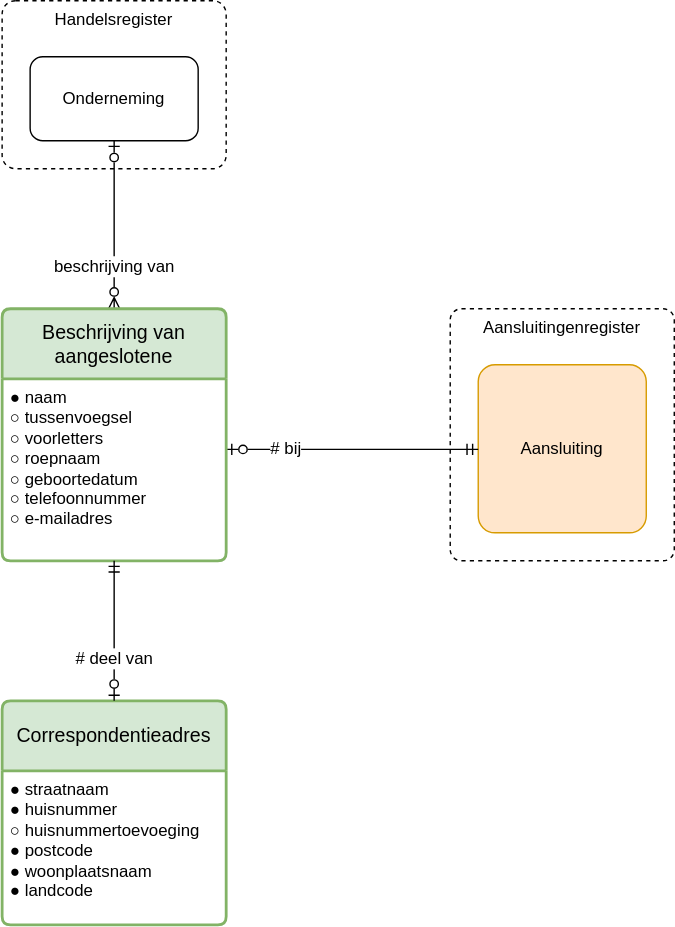
Above: model.drawio.svg in Netbeheer-Nederland/im-aangeslotenenregister (draw.io), before the change. Source tidied: cells renumbered, new cells last; positions are measured from the earlier drawing's top-left corner, leaving out a move shared by most shapes. The source it was exported from:
```xml
<mxGraphModel>
  <root>
    <mxCell id="0" />
    <mxCell id="1" parent="0" />
    <mxCell id="2" value="Handelsregister" style="rounded=1;whiteSpace=wrap;html=1;verticalAlign=top;dashed=1;arcSize=8;" parent="1" vertex="1">
      <mxGeometry width="160" height="120" as="geometry" />
    </mxCell>
    <mxCell id="3" value="Aansluitingenregister" style="rounded=1;whiteSpace=wrap;html=1;verticalAlign=top;dashed=1;arcSize=5;" parent="1" vertex="1">
      <mxGeometry x="320" y="220" width="160" height="180" as="geometry" />
    </mxCell>
    <mxCell id="4" value="Aansluiting" style="rounded=1;arcSize=10;whiteSpace=wrap;html=1;align=center;fillColor=#ffe6cc;strokeColor=#d79b00;" parent="1" vertex="1">
      <mxGeometry x="340" y="260" width="120" height="120" as="geometry" />
    </mxCell>
    <mxCell id="5" value="# bij" style="edgeStyle=elbowEdgeStyle;fontSize=12;html=1;endArrow=ERmandOne;startArrow=ERzeroToOne;rounded=0;endFill=0;startFill=0;elbow=vertical;align=left;" parent="1" edge="1" source="8" target="4">
      <mxGeometry x="-0.67" relative="1" as="geometry" />
    </mxCell>
    <mxCell id="6" value="Onderneming" style="rounded=1;whiteSpace=wrap;html=1;" parent="1" vertex="1">
      <mxGeometry x="20" y="40" width="120" height="60" as="geometry" />
    </mxCell>
    <mxCell id="7" value="beschrijving van" style="fontSize=12;html=1;endArrow=ERzeroToOne;startArrow=ERzeroToMany;rounded=0;endFill=0;startFill=0;elbow=vertical;align=center;" parent="1" edge="1" source="8" target="6">
      <mxGeometry x="-0.5" relative="1" as="geometry" />
    </mxCell>
    <mxCell id="8" value="&lt;div&gt;&lt;span style=&quot;background-color: transparent; color: light-dark(rgb(0, 0, 0), rgb(255, 255, 255));&quot;&gt;Beschrijving van aangeslotene&lt;/span&gt;&lt;/div&gt;" style="swimlane;horizontal=1;startSize=50;rounded=1;fontSize=14;fontStyle=0;strokeWidth=2;shadow=0;dashed=0;align=center;arcSize=4;whiteSpace=wrap;html=1;fillColor=#d5e8d4;strokeColor=#82b366;" parent="1" vertex="1">
      <mxGeometry y="220" width="160" height="180" as="geometry" />
    </mxCell>
    <mxCell id="9" value="&lt;div&gt;● naam&lt;/div&gt;○ tussenvoegsel&lt;div&gt;○ voorletters&lt;/div&gt;&lt;div&gt;○ roepnaam&lt;/div&gt;&lt;div&gt;○ geboortedatum&lt;/div&gt;&lt;div&gt;&lt;span style=&quot;background-color: transparent; color: light-dark(rgb(0, 0, 0), rgb(255, 255, 255));&quot;&gt;○ telefoonnummer&lt;/span&gt;&lt;/div&gt;&lt;div&gt;&lt;div&gt;○ e-mailadres&lt;/div&gt;&lt;/div&gt;" style="align=left;strokeColor=none;fillColor=none;spacingLeft=4;spacingRight=4;fontSize=12;verticalAlign=top;html=1;whiteSpace=wrap;" parent="8" vertex="1">
      <mxGeometry y="50" width="160" height="130" as="geometry" />
    </mxCell>
    <mxCell id="10" value="&lt;div&gt;Correspondentieadres&lt;/div&gt;" style="swimlane;horizontal=1;startSize=50;rounded=1;fontSize=14;fontStyle=0;strokeWidth=2;shadow=0;dashed=0;align=center;arcSize=4;whiteSpace=wrap;html=1;fillColor=#d5e8d4;strokeColor=#82b366;" parent="1" vertex="1">
      <mxGeometry y="500" width="160" height="160" as="geometry" />
    </mxCell>
    <mxCell id="11" value="&lt;div&gt;&lt;span style=&quot;background-color: transparent; color: light-dark(rgb(0, 0, 0), rgb(255, 255, 255));&quot;&gt;●&lt;/span&gt;&amp;nbsp;straatnaam&lt;/div&gt;&lt;div&gt;&lt;span style=&quot;background-color: transparent; color: light-dark(rgb(0, 0, 0), rgb(255, 255, 255));&quot;&gt;●&lt;/span&gt;&amp;nbsp;huisnummer&lt;/div&gt;&lt;div&gt;○ huisnummertoevoeging&lt;/div&gt;&lt;div&gt;&lt;span style=&quot;background-color: transparent; color: light-dark(rgb(0, 0, 0), rgb(255, 255, 255));&quot;&gt;●&lt;/span&gt;&amp;nbsp;postcode&lt;/div&gt;&lt;div&gt;&lt;span style=&quot;background-color: transparent; color: light-dark(rgb(0, 0, 0), rgb(255, 255, 255));&quot;&gt;●&lt;/span&gt;&amp;nbsp;woonplaatsnaam&lt;/div&gt;&lt;div&gt;&lt;span style=&quot;background-color: transparent; color: light-dark(rgb(0, 0, 0), rgb(255, 255, 255));&quot;&gt;●&lt;/span&gt;&amp;nbsp;landcode&lt;/div&gt;" style="align=left;strokeColor=none;fillColor=none;spacingLeft=4;spacingRight=4;fontSize=12;verticalAlign=top;html=1;whiteSpace=wrap;" parent="10" vertex="1">
      <mxGeometry y="50" width="160" height="110" as="geometry" />
    </mxCell>
    <mxCell id="12" value="# deel van" style="edgeStyle=elbowEdgeStyle;fontSize=12;html=1;endArrow=ERmandOne;startArrow=ERzeroToOne;rounded=0;endFill=0;startFill=0;elbow=vertical;align=center;" parent="1" edge="1" source="10" target="8">
      <mxGeometry x="-0.4" relative="1" as="geometry" />
    </mxCell>
  </root>
</mxGraphModel>
```
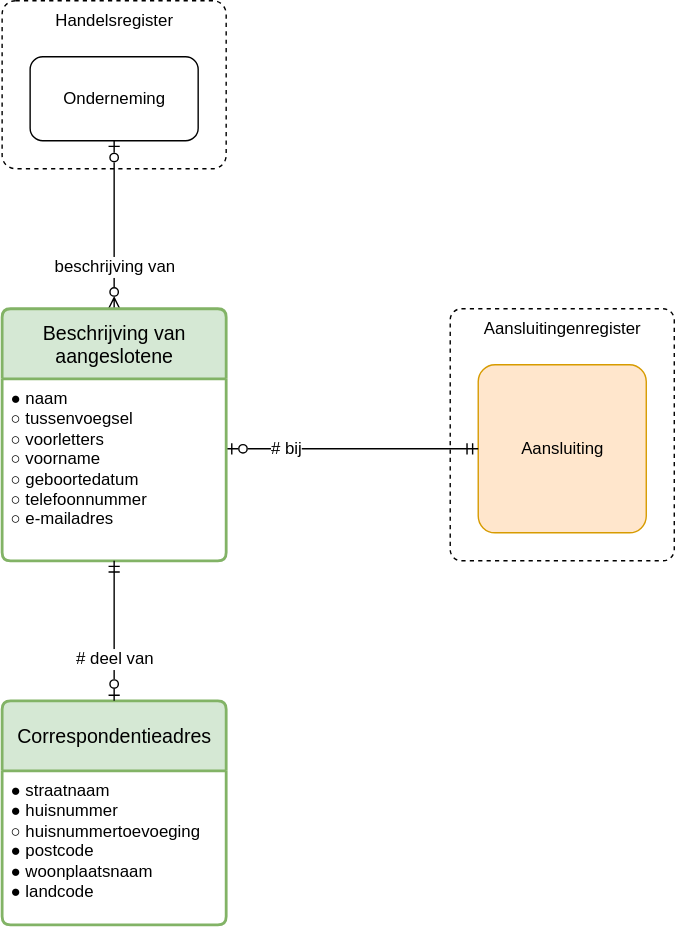
Later version of the same file.

Change to the diagram source:
```diff
@@ -23,7 +23,7 @@
     <mxCell id="8" value="&lt;div&gt;&lt;span style=&quot;background-color: transparent; color: light-dark(rgb(0, 0, 0), rgb(255, 255, 255));&quot;&gt;Beschrijving van aangeslotene&lt;/span&gt;&lt;/div&gt;" style="swimlane;horizontal=1;startSize=50;rounded=1;fontSize=14;fontStyle=0;strokeWidth=2;shadow=0;dashed=0;align=center;arcSize=4;whiteSpace=wrap;html=1;fillColor=#d5e8d4;strokeColor=#82b366;" parent="1" vertex="1">
       <mxGeometry y="220" width="160" height="180" as="geometry" />
     </mxCell>
-    <mxCell id="9" value="&lt;div&gt;● naam&lt;/div&gt;○ tussenvoegsel&lt;div&gt;○ voorletters&lt;/div&gt;&lt;div&gt;○ roepnaam&lt;/div&gt;&lt;div&gt;○ geboortedatum&lt;/div&gt;&lt;div&gt;&lt;span style=&quot;background-color: transparent; color: light-dark(rgb(0, 0, 0), rgb(255, 255, 255));&quot;&gt;○ telefoonnummer&lt;/span&gt;&lt;/div&gt;&lt;div&gt;&lt;div&gt;○ e-mailadres&lt;/div&gt;&lt;/div&gt;" style="align=left;strokeColor=none;fillColor=none;spacingLeft=4;spacingRight=4;fontSize=12;verticalAlign=top;html=1;whiteSpace=wrap;" parent="8" vertex="1">
+    <mxCell id="9" value="&lt;div&gt;● naam&lt;/div&gt;○ tussenvoegsel&lt;div&gt;○ voorletters&lt;/div&gt;&lt;div&gt;○ voorname&lt;/div&gt;&lt;div&gt;○ geboortedatum&lt;/div&gt;&lt;div&gt;&lt;span style=&quot;background-color: transparent; color: light-dark(rgb(0, 0, 0), rgb(255, 255, 255));&quot;&gt;○ telefoonnummer&lt;/span&gt;&lt;/div&gt;&lt;div&gt;&lt;div&gt;○ e-mailadres&lt;/div&gt;&lt;/div&gt;" style="align=left;strokeColor=none;fillColor=none;spacingLeft=4;spacingRight=4;fontSize=12;verticalAlign=top;html=1;whiteSpace=wrap;" parent="8" vertex="1">
       <mxGeometry y="50" width="160" height="130" as="geometry" />
     </mxCell>
     <mxCell id="10" value="&lt;div&gt;Correspondentieadres&lt;/div&gt;" style="swimlane;horizontal=1;startSize=50;rounded=1;fontSize=14;fontStyle=0;strokeWidth=2;shadow=0;dashed=0;align=center;arcSize=4;whiteSpace=wrap;html=1;fillColor=#d5e8d4;strokeColor=#82b366;" parent="1" vertex="1">
```
